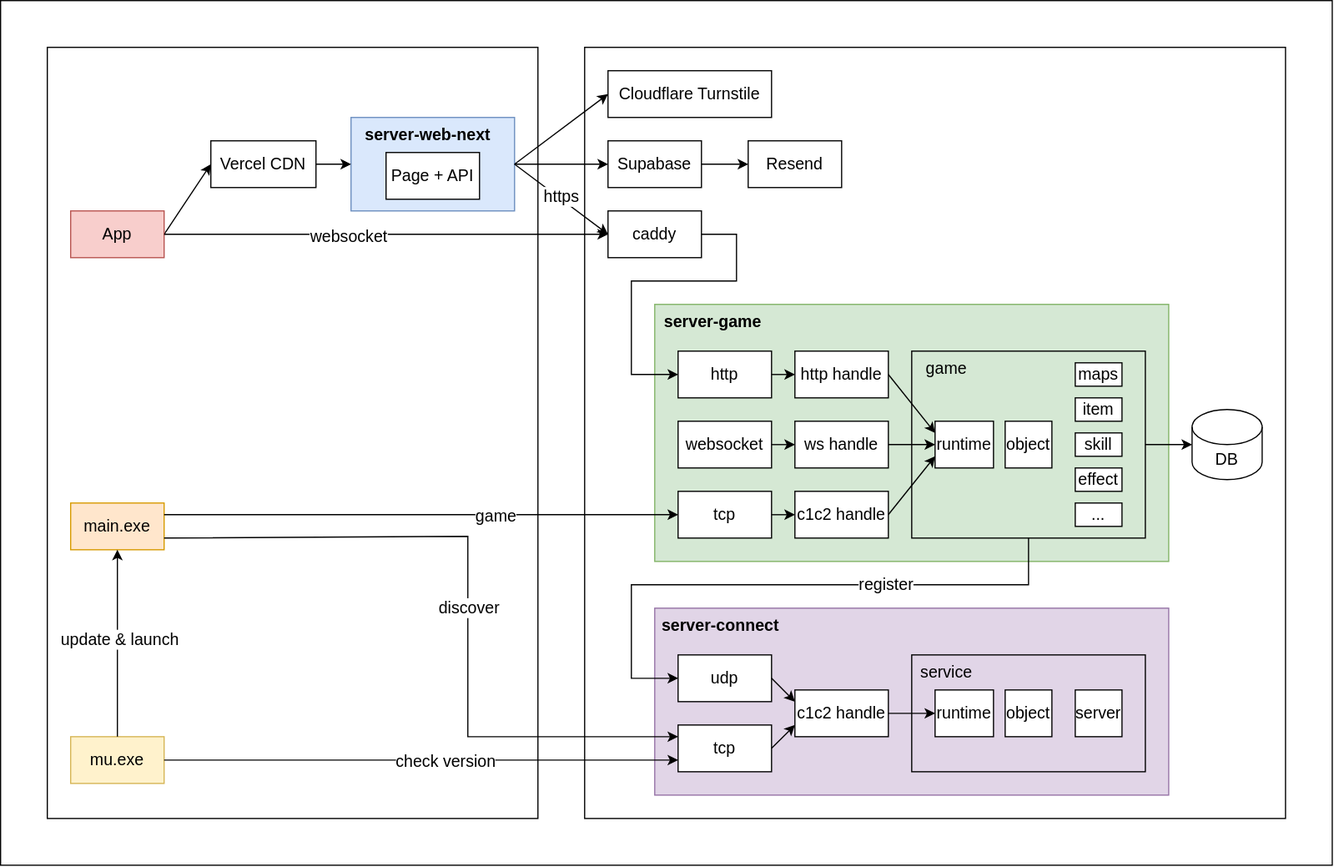
This is docs/system.drawio.svg from xujintao/balgass, a draw.io export, as it was before one commit. Source tidied: cells renumbered, new cells last; positions are measured from the earlier drawing's top-left corner, leaving out a move shared by most shapes.
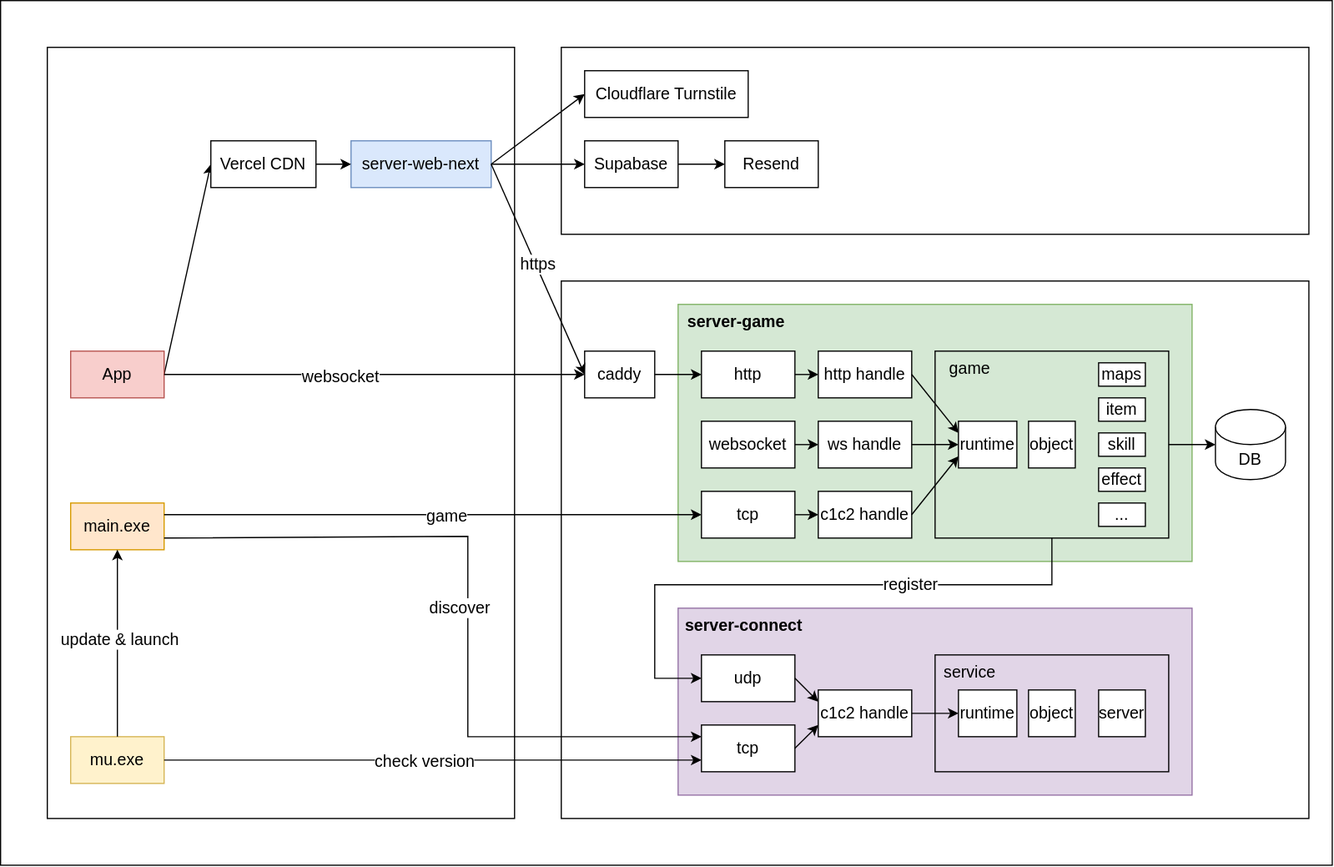
After the change.

Commit message:
docs/refactor: update system and deployment diagrams

The edit, as a diff of the source:
```diff
@@ -2,18 +2,21 @@
   <root>
     <mxCell id="0" />
     <mxCell id="1" parent="0" />
-    <mxCell id="2" style="rounded=0;whiteSpace=wrap;html=1;fillColor=none;" parent="1" vertex="1">
-      <mxGeometry width="1140" height="740" as="geometry" />
+    <mxCell id="2" style="rounded=0;whiteSpace=wrap;html=1;fillColor=none;fontSize=14;" parent="1" vertex="1">
+      <mxGeometry x="-20" width="1140" height="740" as="geometry" />
     </mxCell>
+    <mxCell id="74" style="rounded=0;whiteSpace=wrap;html=1;fillColor=none;fontSize=14;" parent="1" vertex="1">
+      <mxGeometry x="460" y="240" width="640" height="460" as="geometry" />
+    </mxCell>
+    <mxCell id="5" style="rounded=0;whiteSpace=wrap;html=1;fillColor=#d5e8d4;fontSize=14;strokeColor=#82b366;" parent="1" vertex="1">
+      <mxGeometry x="560" y="260" width="440" height="220" as="geometry" />
+    </mxCell>
     <mxCell id="3" style="rounded=0;whiteSpace=wrap;html=1;fillColor=none;fontSize=14;" parent="1" vertex="1">
-      <mxGeometry x="500" y="40" width="600" height="660" as="geometry" />
+      <mxGeometry x="460" y="40" width="640" height="160" as="geometry" />
     </mxCell>
     <mxCell id="4" style="rounded=0;whiteSpace=wrap;html=1;fillColor=none;fontSize=14;" parent="1" vertex="1">
-      <mxGeometry x="40" y="40" width="420" height="660" as="geometry" />
+      <mxGeometry x="20" y="40" width="400" height="660" as="geometry" />
     </mxCell>
-    <mxCell id="5" style="rounded=0;whiteSpace=wrap;html=1;fillColor=#d5e8d4;fontSize=14;strokeColor=#82b366;" parent="1" vertex="1">
-      <mxGeometry x="560" y="260" width="440" height="220" as="geometry" />
-    </mxCell>
     <mxCell id="6" style="rounded=0;whiteSpace=wrap;html=1;fontSize=14;fillColor=none;" parent="1" vertex="1">
       <mxGeometry x="780" y="300" width="200" height="160" as="geometry" />
     </mxCell>
@@ -53,8 +56,8 @@
     <mxCell id="18" style="endArrow=classic;html=1;rounded=0;entryX=0;entryY=0.75;entryDx=0;entryDy=0;exitX=1;exitY=0.5;exitDx=0;exitDy=0;fontSize=14;" parent="1" edge="1" source="14" target="9">
       <mxGeometry relative="1" as="geometry" />
     </mxCell>
-    <mxCell id="19" style="rounded=0;whiteSpace=wrap;html=1;fillColor=#dae8fc;strokeColor=#6c8ebf;fontSize=14;" parent="1" vertex="1">
-      <mxGeometry x="300" y="100" width="140" height="80" as="geometry" />
+    <mxCell id="19" value="server-web-next" style="rounded=0;whiteSpace=wrap;html=1;fillColor=#dae8fc;strokeColor=#6c8ebf;fontSize=14;" parent="1" vertex="1">
+      <mxGeometry x="280" y="120" width="120" height="40" as="geometry" />
     </mxCell>
     <mxCell id="20" value="DB" style="shape=cylinder3;whiteSpace=wrap;html=1;boundedLbl=1;backgroundOutline=1;size=15;fontSize=14;" parent="1" vertex="1">
       <mxGeometry x="1020" y="350" width="60" height="60" as="geometry" />
@@ -63,17 +66,17 @@
       <mxGeometry relative="1" as="geometry" />
     </mxCell>
     <mxCell id="22" value="main.exe" style="rounded=0;whiteSpace=wrap;html=1;fillColor=#ffe6cc;strokeColor=#d79b00;fontSize=14;" parent="1" vertex="1">
-      <mxGeometry x="60" y="430" width="80" height="40" as="geometry" />
+      <mxGeometry x="40" y="430" width="80" height="40" as="geometry" />
     </mxCell>
     <mxCell id="23" value="App" style="rounded=0;whiteSpace=wrap;html=1;fontSize=14;fillColor=#f8cecc;strokeColor=#b85450;" parent="1" vertex="1">
-      <mxGeometry x="60" y="180" width="80" height="40" as="geometry" />
+      <mxGeometry x="40" y="300" width="80" height="40" as="geometry" />
     </mxCell>
     <mxCell id="24" style="endArrow=classic;html=1;rounded=0;exitX=1;exitY=0.25;exitDx=0;exitDy=0;entryX=0;entryY=0.5;entryDx=0;entryDy=0;fontSize=14;" parent="1" edge="1" source="22" target="13">
       <mxGeometry relative="1" as="geometry" />
     </mxCell>
     <mxCell id="25" value="game" style="edgeLabel;html=1;align=center;verticalAlign=middle;fontSize=14;" parent="24" vertex="1">
       <mxGeometry x="-0.16" y="4" relative="1" as="geometry">
-        <mxPoint x="98" y="4" as="offset" />
+        <mxPoint x="48" y="4" as="offset" />
       </mxGeometry>
     </mxCell>
     <mxCell id="26" value="websocket" style="rounded=0;whiteSpace=wrap;html=1;fontSize=14;" parent="1" vertex="1">
@@ -89,13 +92,13 @@
       <mxGeometry relative="1" as="geometry" />
     </mxCell>
     <mxCell id="30" value="Vercel CDN" style="rounded=0;whiteSpace=wrap;html=1;fontSize=14;" parent="1" vertex="1">
-      <mxGeometry x="180" y="120" width="90" height="40" as="geometry" />
+      <mxGeometry x="160" y="120" width="90" height="40" as="geometry" />
     </mxCell>
     <mxCell id="31" value="server-game" style="text;html=1;strokeColor=none;fillColor=none;align=center;verticalAlign=middle;whiteSpace=wrap;rounded=0;fontStyle=1;fontSize=14;" parent="1" vertex="1">
       <mxGeometry x="560" y="260" width="100" height="30" as="geometry" />
     </mxCell>
     <mxCell id="32" value="mu.exe" style="rounded=0;whiteSpace=wrap;html=1;fillColor=#fff2cc;strokeColor=#d6b656;fontSize=14;" parent="1" vertex="1">
-      <mxGeometry x="60" y="630" width="80" height="40" as="geometry" />
+      <mxGeometry x="40" y="630" width="80" height="40" as="geometry" />
     </mxCell>
     <mxCell id="33" style="rounded=0;whiteSpace=wrap;html=1;fillColor=#e1d5e7;fontSize=14;strokeColor=#9673a6;" parent="1" vertex="1">
       <mxGeometry x="560" y="520" width="440" height="160" as="geometry" />
@@ -155,7 +158,7 @@
     </mxCell>
     <mxCell id="49" value="check version" style="edgeLabel;html=1;align=center;verticalAlign=middle;fontSize=14;" parent="48" vertex="1">
       <mxGeometry x="-0.21" y="1" relative="1" as="geometry">
-        <mxPoint x="67" y="1" as="offset" />
+        <mxPoint x="41" y="1" as="offset" />
       </mxGeometry>
     </mxCell>
     <mxCell id="50" style="endArrow=classic;html=1;rounded=0;exitX=1;exitY=0.5;exitDx=0;exitDy=0;entryX=0;entryY=0.5;entryDx=0;entryDy=0;entryPerimeter=0;fontSize=14;" parent="1" edge="1" source="6" target="20">
@@ -172,24 +175,21 @@
     <mxCell id="53" style="endArrow=classic;html=1;rounded=0;exitX=1;exitY=0.75;exitDx=0;exitDy=0;entryX=0;entryY=0.25;entryDx=0;entryDy=0;fontSize=14;" parent="1" edge="1" source="22" target="40">
       <mxGeometry relative="1" as="geometry">
         <Array as="points">
-          <mxPoint x="400" y="458.5" />
-          <mxPoint x="400" y="630" />
+          <mxPoint x="380" y="458.5" />
+          <mxPoint x="380" y="630" />
         </Array>
       </mxGeometry>
     </mxCell>
     <mxCell id="54" value="discover" style="edgeLabel;html=1;align=center;verticalAlign=middle;fontSize=14;" parent="53" vertex="1">
       <mxGeometry x="-0.21" y="-2" relative="1" as="geometry">
-        <mxPoint x="17" y="59" as="offset" />
+        <mxPoint x="1" y="59" as="offset" />
       </mxGeometry>
     </mxCell>
     <mxCell id="55" value="Resend" style="rounded=0;whiteSpace=wrap;html=1;fontSize=14;" parent="1" vertex="1">
-      <mxGeometry x="640" y="120" width="80" height="40" as="geometry" />
+      <mxGeometry x="600" y="120" width="80" height="40" as="geometry" />
     </mxCell>
-    <mxCell id="56" value="server-web-next" style="text;html=1;align=center;verticalAlign=middle;whiteSpace=wrap;rounded=0;fontStyle=1;fontSize=14;" parent="1" vertex="1">
-      <mxGeometry x="301" y="100" width="130" height="30" as="geometry" />
-    </mxCell>
     <mxCell id="57" value="Supabase" style="rounded=0;whiteSpace=wrap;html=1;fontSize=14;" parent="1" vertex="1">
-      <mxGeometry x="520" y="120" width="80" height="40" as="geometry" />
+      <mxGeometry x="480" y="120" width="80" height="40" as="geometry" />
     </mxCell>
     <mxCell id="58" value="item" style="rounded=0;whiteSpace=wrap;html=1;fontSize=14;" parent="1" vertex="1">
       <mxGeometry x="920" y="340" width="40" height="20" as="geometry" />
@@ -198,14 +198,11 @@
       <mxGeometry x="920" y="370" width="40" height="20" as="geometry" />
     </mxCell>
     <mxCell id="60" value="Cloudflare Turnstile" style="rounded=0;whiteSpace=wrap;html=1;fontSize=14;" parent="1" vertex="1">
-      <mxGeometry x="520" y="60" width="140" height="40" as="geometry" />
+      <mxGeometry x="480" y="60" width="140" height="40" as="geometry" />
     </mxCell>
     <mxCell id="61" value="caddy" style="rounded=0;whiteSpace=wrap;html=1;fontSize=14;" parent="1" vertex="1">
-      <mxGeometry x="520" y="180" width="80" height="40" as="geometry" />
+      <mxGeometry x="480" y="300" width="60" height="40" as="geometry" />
     </mxCell>
-    <mxCell id="62" value="Page + API" style="rounded=0;whiteSpace=wrap;html=1;fontSize=14;" parent="1" vertex="1">
-      <mxGeometry x="330" y="130" width="80" height="40" as="geometry" />
-    </mxCell>
     <mxCell id="63" style="endArrow=classic;html=1;rounded=0;exitX=1;exitY=0.5;exitDx=0;exitDy=0;entryX=0;entryY=0.5;entryDx=0;entryDy=0;fontSize=14;" parent="1" edge="1" source="23" target="61">
       <mxGeometry relative="1" as="geometry" />
     </mxCell>
@@ -226,7 +223,7 @@
     <mxCell id="68" style="endArrow=classic;html=1;rounded=0;entryX=0;entryY=0.5;entryDx=0;entryDy=0;exitX=1;exitY=0.5;exitDx=0;exitDy=0;fontSize=14;" parent="1" edge="1" source="19" target="61">
       <mxGeometry relative="1" as="geometry" />
     </mxCell>
-    <mxCell id="69" value="&lt;font style=&quot;font-size: 14px;&quot;&gt;https&lt;/font&gt;" style="edgeLabel;html=1;align=center;verticalAlign=middle;" parent="68" vertex="1">
+    <mxCell id="69" value="&lt;font&gt;https&lt;/font&gt;" style="edgeLabel;html=1;align=center;verticalAlign=middle;fontSize=14;" parent="68" vertex="1">
       <mxGeometry x="-0.04" y="1" relative="1" as="geometry" />
     </mxCell>
     <mxCell id="70" style="endArrow=classic;html=1;rounded=0;entryX=0;entryY=0.5;entryDx=0;entryDy=0;exitX=1;exitY=0.5;exitDx=0;exitDy=0;fontSize=14;" parent="1" edge="1" source="57" target="55">
@@ -239,14 +236,7 @@
       <mxGeometry x="920" y="430" width="40" height="20" as="geometry" />
     </mxCell>
     <mxCell id="73" style="endArrow=classic;html=1;rounded=0;exitX=1;exitY=0.5;exitDx=0;exitDy=0;entryX=0;entryY=0.5;entryDx=0;entryDy=0;" parent="1" edge="1" source="61" target="11">
-      <mxGeometry x="-0.36" relative="1" as="geometry">
-        <Array as="points">
-          <mxPoint x="630" y="200" />
-          <mxPoint x="630" y="240" />
-          <mxPoint x="540" y="240" />
-          <mxPoint x="540" y="320" />
-        </Array>
-      </mxGeometry>
+      <mxGeometry relative="1" as="geometry" />
     </mxCell>
   </root>
 </mxGraphModel>
```
